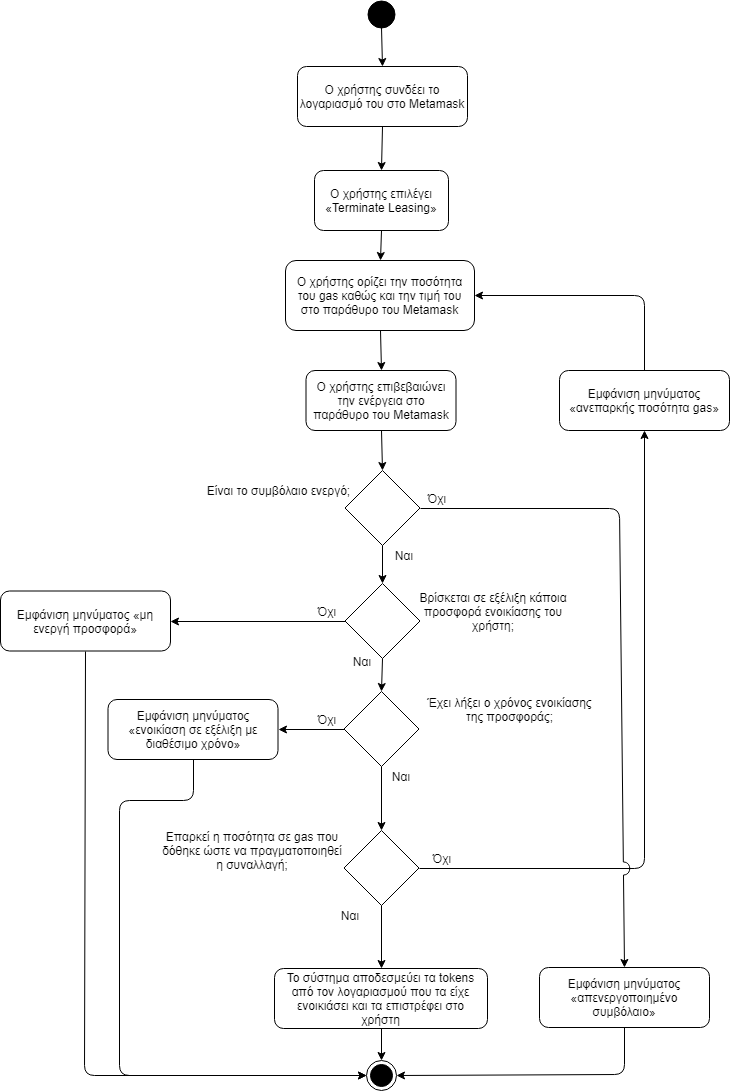
This is diagrams/TerminateLeasing/TerminateLeasing.png from gkamtzir/Ethereum-ICO-Diploma-Thesis, a draw.io export, as it was before one commit. Source tidied: cells renumbered, new cells last; positions are measured from the earlier drawing's top-left corner, leaving out a move shared by most shapes.
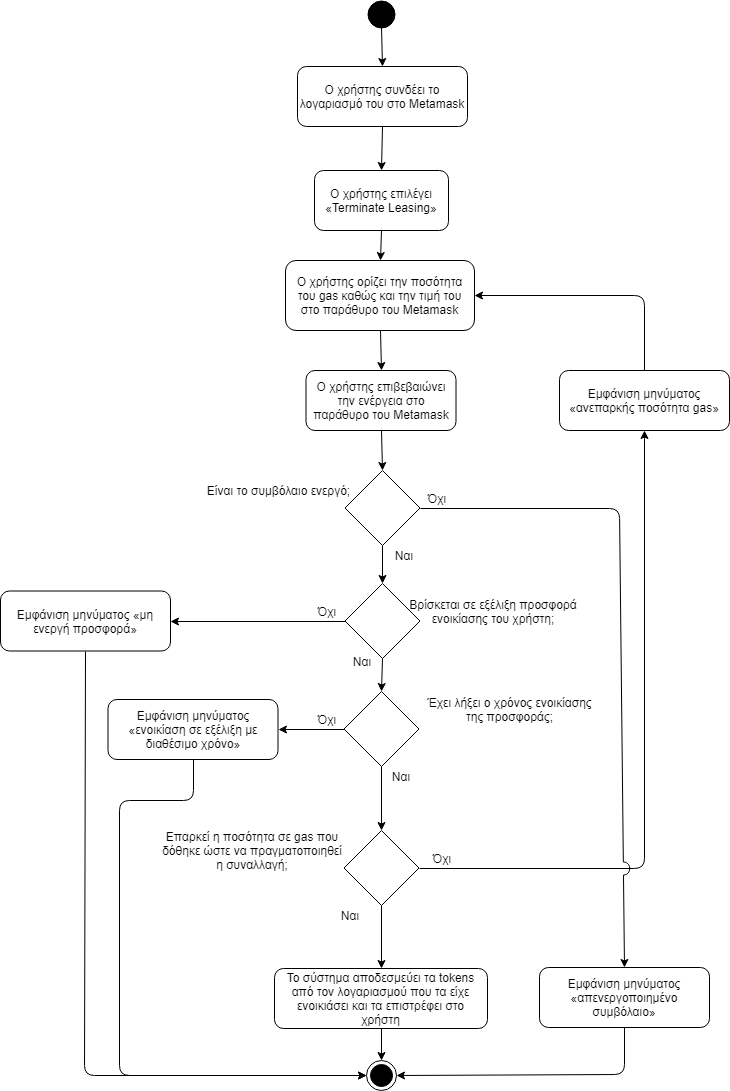
The same diagram one commit later.

Change to the diagram source:
```diff
@@ -129,7 +129,7 @@
     <mxCell id="38" value="Ο χρήστης ορίζει την ποσότητα του gas καθώς και την τιμή του στο παράθυρο του Metamask" style="rounded=1;whiteSpace=wrap;html=1;fillColor=#ffffff;gradientColor=none;" parent="1" vertex="1">
       <mxGeometry x="285" y="260" width="189" height="70" as="geometry" />
     </mxCell>
-    <mxCell id="39" value="Βρίσκεται σε εξέλιξη κάποια προσφορά ενοικίασης του χρήστη;" style="text;html=1;strokeColor=none;fillColor=none;align=center;verticalAlign=middle;whiteSpace=wrap;rounded=0;" parent="1" vertex="1">
+    <mxCell id="39" value="Βρίσκεται σε εξέλιξη προσφορά ενοικίασης του χρήστη;" style="text;html=1;strokeColor=none;fillColor=none;align=center;verticalAlign=middle;whiteSpace=wrap;rounded=0;" parent="1" vertex="1">
       <mxGeometry x="407.5" y="580.5" width="170" height="60" as="geometry" />
     </mxCell>
     <mxCell id="40" value="Όχι" style="text;html=1;strokeColor=none;fillColor=none;align=center;verticalAlign=middle;whiteSpace=wrap;rounded=0;" parent="1" vertex="1">
```
